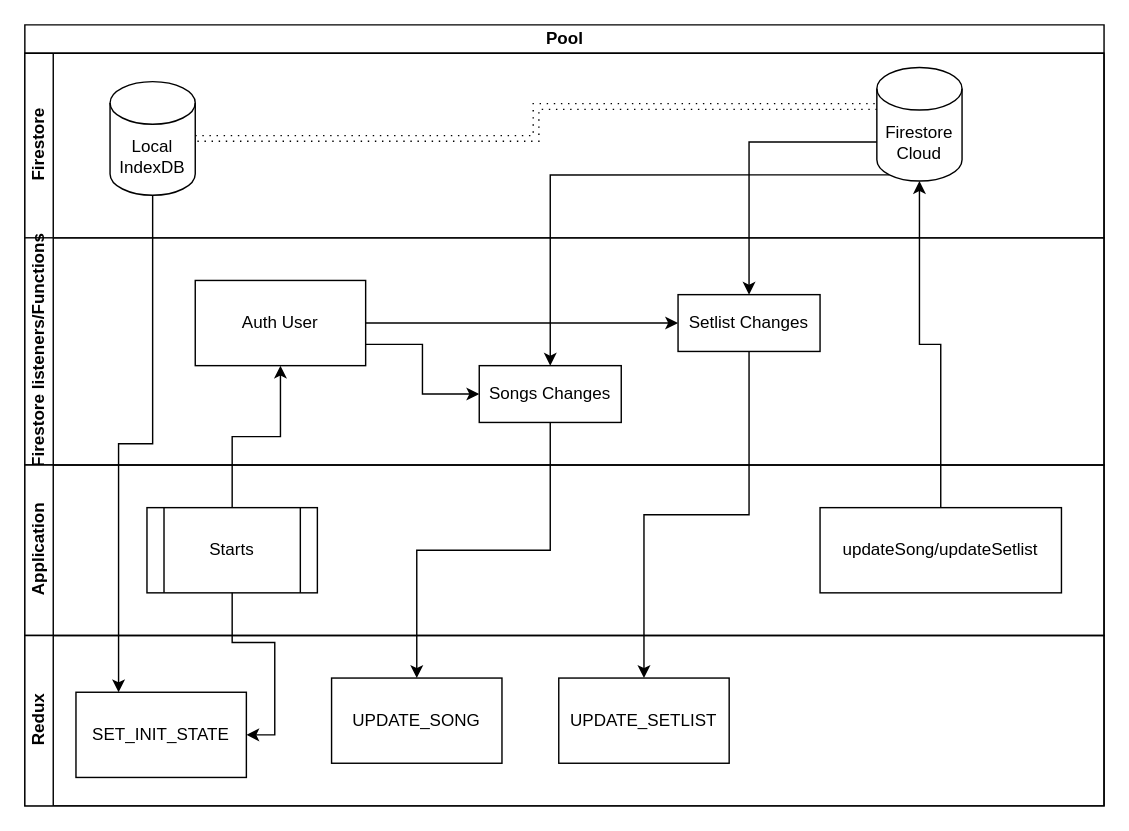
The draw.io diagram firestore-redux.drawio in tskarhed/doremi.studio, before the edit. Source tidied: cells renumbered, new cells numbered last; positions are measured from the earlier drawing's top-left corner, leaving out a move shared by most shapes. Both pictures are drawn from the tidied source at 142%, with x=0, y=0 at pixel (24, 24).
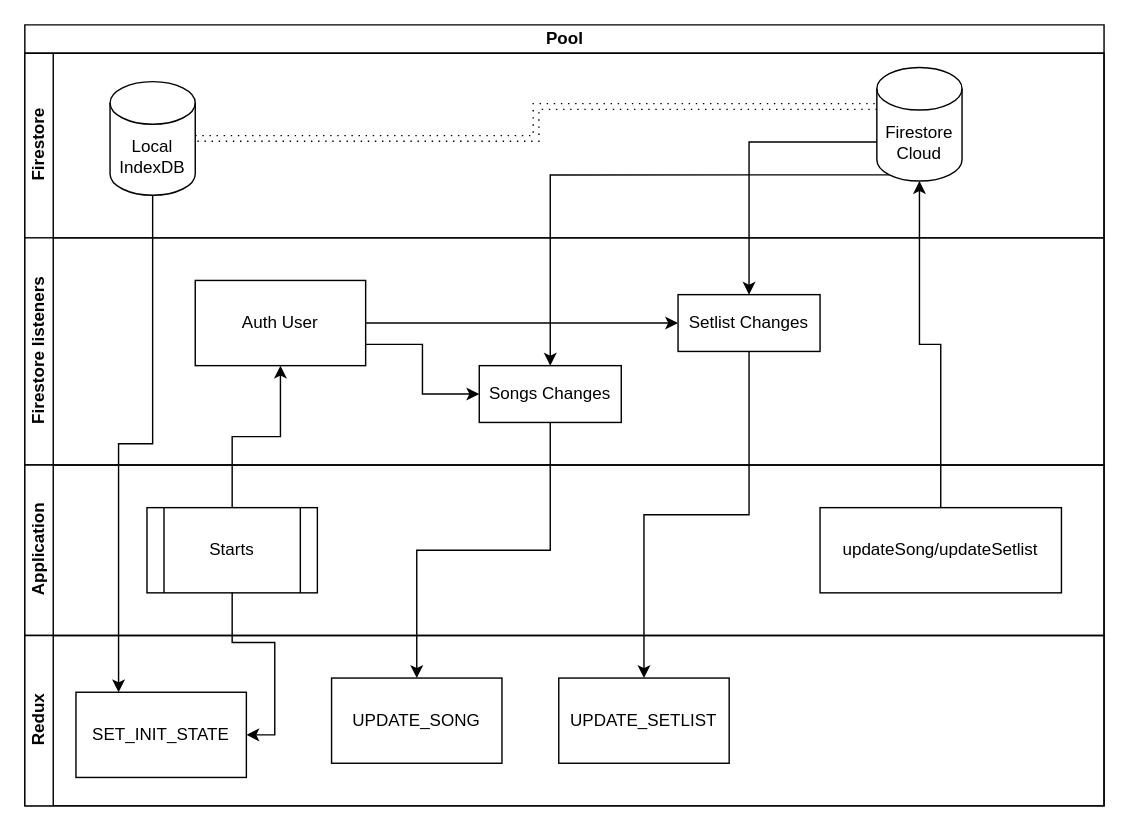
Above is the later version.

The change refers to these unchanged cells:
```xml
<mxCell id="2" value="Pool" style="swimlane;html=1;horizontal=1;startSize=20;" parent="1" vertex="1">
  <mxGeometry width="760" height="550" as="geometry" />
</mxCell>
```

Diff of the diagram source:
```diff
@@
-    <mxCell id="7" value="Firestore listeners/Functions" style="swimlane;html=1;startSize=20;horizontal=0;" parent="2" vertex="1">
+    <mxCell id="7" value="Firestore listeners" style="swimlane;html=1;startSize=20;horizontal=0;" parent="2" vertex="1">
       <mxGeometry y="150" width="760" height="160" as="geometry" />
     </mxCell>
```
